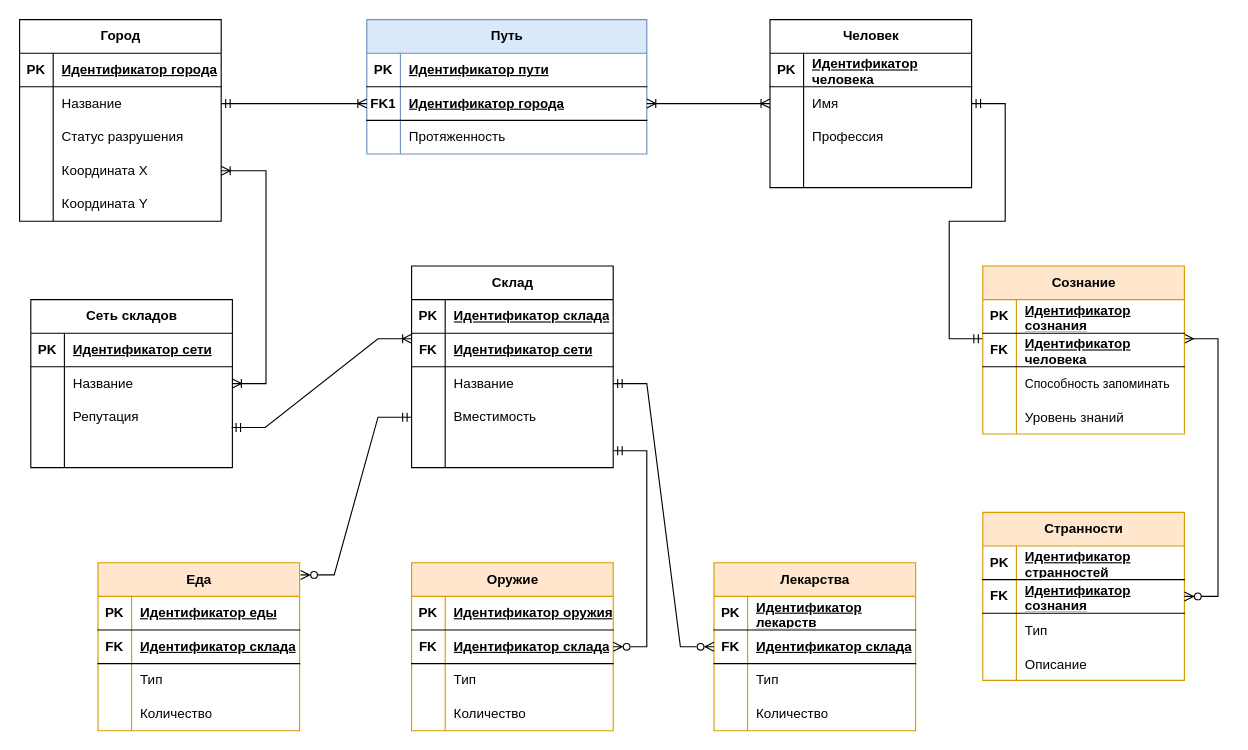
Before: Семестр 5/ИСБД/lab1/img/infological.drawio in Ivanio1/itmo-3course, a draw.io diagram. Source tidied: cells renumbered, new cells numbered last; positions are measured from the earlier drawing's top-left corner, leaving out a move shared by most shapes. Both pictures are drawn from the tidied source at 112%, with x=0, y=0 at pixel (19, 19).
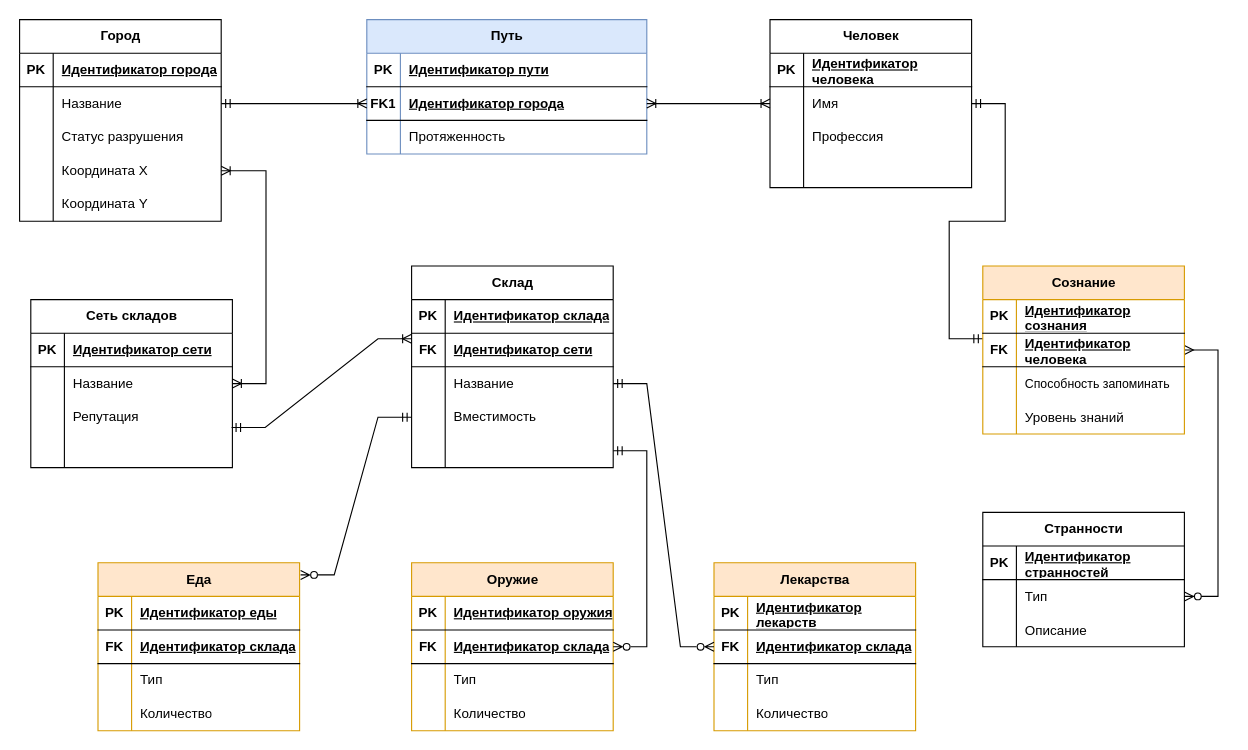
The same diagram, later.

The change refers to these unchanged cells:
```xml
<mxCell id="123" style="shape=tableRow;horizontal=0;startSize=0;swimlaneHead=0;swimlaneBody=0;fillColor=none;points=[[0,0.5],[1,0.5]];portConstraint=eastwest;top=0;left=0;right=0;bottom=1;" parent="119" vertex="1">
  <mxGeometry y="60" width="180" height="30" as="geometry" />
</mxCell>
```

Diff of the diagram source:
```diff
@@
-    <mxCell id="96" value="Странности" style="shape=table;startSize=30;childLayout=tableLayout;rowLines=0;fontStyle=1;align=center;html=1;fillColor=#ffe6cc;strokeColor=#d79b00;" parent="1" vertex="1">
-      <mxGeometry x="860" y="440" width="180" height="150" as="geometry" />
+    <mxCell id="96" value="Странности" style="shape=table;startSize=30;childLayout=tableLayout;rowLines=0;fontStyle=1;align=center;html=1;" parent="1" vertex="1">
+      <mxGeometry x="860" y="440" width="180" height="120" as="geometry" />
     </mxCell>
@@
-    <mxCell id="100" style="shape=tableRow;horizontal=0;startSize=0;swimlaneHead=0;swimlaneBody=0;fillColor=none;points=[[0,0.5],[1,0.5]];portConstraint=eastwest;top=0;left=0;right=0;bottom=1;" parent="96" vertex="1">
-      <mxGeometry y="60" width="180" height="30" as="geometry" />
-    </mxCell>
-    <mxCell id="101" value="FK" style="shape=partialRectangle;fillColor=none;top=0;left=0;bottom=0;right=0;fontStyle=1;overflow=hidden;whiteSpace=wrap;html=1;" parent="100" vertex="1">
-      <mxGeometry width="30" height="30" as="geometry" />
-    </mxCell>
-    <mxCell id="102" value="Идентификатор сознания" style="shape=partialRectangle;fillColor=none;top=0;left=0;bottom=0;right=0;align=left;spacingLeft=6;fontStyle=5;overflow=hidden;whiteSpace=wrap;html=1;" parent="100" vertex="1">
-      <mxGeometry x="30" width="150" height="30" as="geometry" />
-    </mxCell>
     <mxCell id="103" style="shape=tableRow;horizontal=0;startSize=0;swimlaneHead=0;swimlaneBody=0;fillColor=none;points=[[0,0.5],[1,0.5]];portConstraint=eastwest;top=0;left=0;right=0;bottom=0;" parent="96" vertex="1">
-      <mxGeometry y="90" width="180" height="30" as="geometry" />
+      <mxGeometry y="60" width="180" height="30" as="geometry" />
     </mxCell>
@@
     <mxCell id="106" style="shape=tableRow;horizontal=0;startSize=0;swimlaneHead=0;swimlaneBody=0;fillColor=none;top=0;left=0;right=0;bottom=0;" parent="96" vertex="1">
-      <mxGeometry y="120" width="180" height="30" as="geometry" />
+      <mxGeometry y="90" width="180" height="30" as="geometry" />
     </mxCell>
@@
-    <mxCell id="112" style="edgeStyle=entityRelationEdgeStyle;fontSize=12;html=1;endArrow=ERzeroToMany;startArrow=ERmany;rounded=0;exitX=1;exitY=0.5;exitDx=0;exitDy=0;startFill=0;" parent="1" edge="1" target="100">
-      <mxGeometry relative="1" as="geometry">
-        <mxPoint x="1040" y="285" as="sourcePoint" />
-      </mxGeometry>
+    <mxCell id="112" style="edgeStyle=entityRelationEdgeStyle;fontSize=12;html=1;endArrow=ERzeroToMany;startArrow=ERmany;rounded=0;exitX=1;exitY=0.5;exitDx=0;exitDy=0;startFill=0;entryX=1;entryY=0.5;entryDx=0;entryDy=0;" parent="1" edge="1" source="123" target="103">
+      <mxGeometry relative="1" as="geometry" />
     </mxCell>
```
